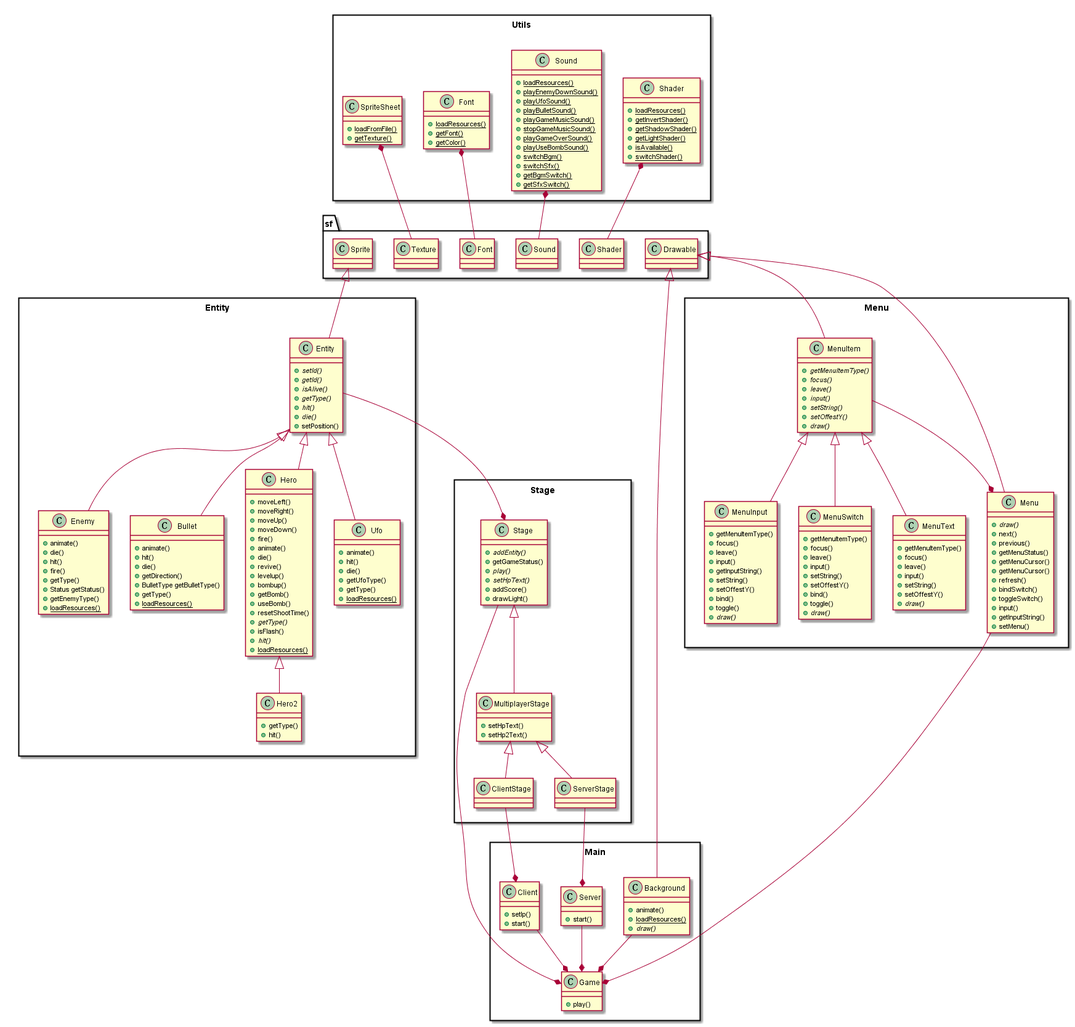
Above: Fighters/uml.png in zhu-he/uestc2015ccpp (PlantUML), before the change.
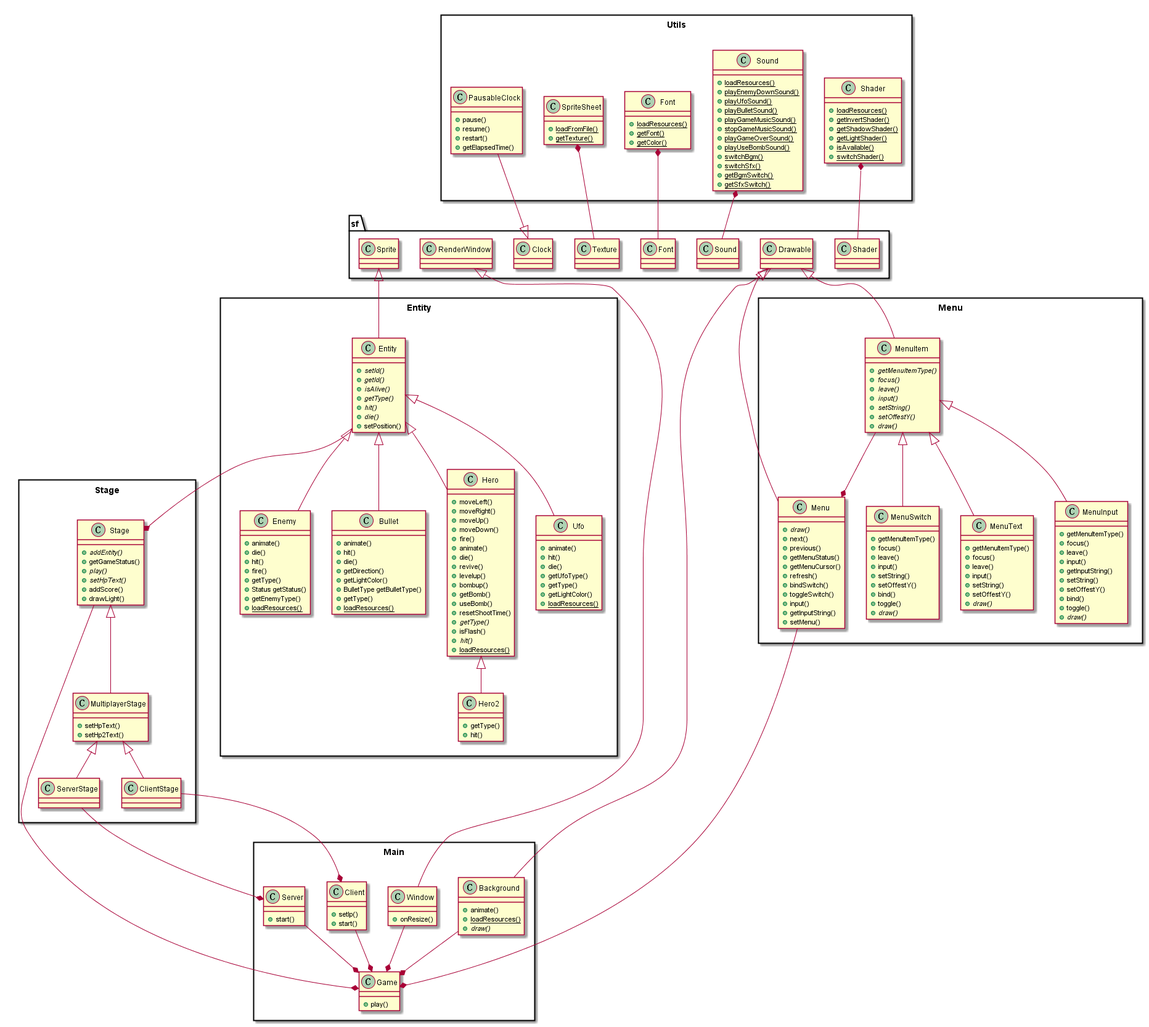
Above is the later version.

Change to the diagram source:
```diff
@@ -27,6 +27,7 @@
 		+hit()
 		+die()
 		+getDirection()
+		+getLightColor()
 		+BulletType getBulletType()
 		+getType()
 		+{static}loadResources()
@@ -63,11 +64,18 @@
 		+die()
 		+getUfoType()
 		+getType()
+		+getLightColor()
 		+{static}loadResources()
 	}
 }
 
 package Main <<Rect>> {
+	class Background {
+		+animate()
+		+{static}loadResources()
+		+{abstract}draw()
+	}
+
 	class Game {
 		+play()
 	}
@@ -81,29 +89,12 @@
 		+start()
 	}
 
-	class Background {
-		+animate()
-		+{static}loadResources()
-		+{abstract}draw()
+	class Window {
+		+onResize()
 	}
 }
 
 package Menu <<Rect>> {
-	class Menu {
-		+{abstract}draw()
-		+next()
-		+previous()
-		+getMenuStatus()
-		+getMenuCursor()
-		+getMenuCursor()
-		+refresh()
-		+bindSwitch()
-		+toggleSwitch()
-		+input()
-		+getInputString()
-		+setMenu()
-	}
-
 	class MenuItem {
 		+{abstract}getMenuItemType()
 		+{abstract}focus()
@@ -148,6 +139,20 @@
 		+setOffestY()
 		+{abstract}draw()
 	}
+
+	class Menu {
+		+{abstract}draw()
+		+next()
+		+previous()
+		+getMenuStatus()
+		+getMenuCursor()
+		+refresh()
+		+bindSwitch()
+		+toggleSwitch()
+		+input()
+		+getInputString()
+		+setMenu()
+	}
 }
 
 package Utils <<Rect>> {
@@ -182,8 +187,15 @@
 	}
 
 	class SpriteSheet {
-	    +{static}loadFromFile()
-	    +{static}getTexture()
+		+{static}loadFromFile()
+		+{static}getTexture()
+	}
+
+	class PausableClock {
+		+pause()
+		+resume()
+		+restart()
+		+getElapsedTime()
 	}
 }
 
@@ -210,11 +222,13 @@
 }
 
 namespace sf {
-	class Sprite
 	class Texture
+	class RenderWindow
 	class Shader
 	class Sound
 	class Font
+	class Clock
+	class Sprite
 	class Drawable
 }
 
@@ -222,6 +236,8 @@
 sf.Drawable <|-- Menu
 sf.Drawable <|-- MenuItem
 sf.Sprite <|-- Entity
+sf.RenderWindow <|-- Window
+PausableClock --|> sf.Clock
 SpriteSheet *-- sf.Texture
 Shader *-- sf.Shader
 Sound *-- sf.Sound
@@ -230,6 +246,7 @@
 Stage --* Game
 Server --* Game
 Client --* Game
+Window --* Game
 ServerStage --* Server
 ClientStage --* Client
 Entity --* Stage
```
